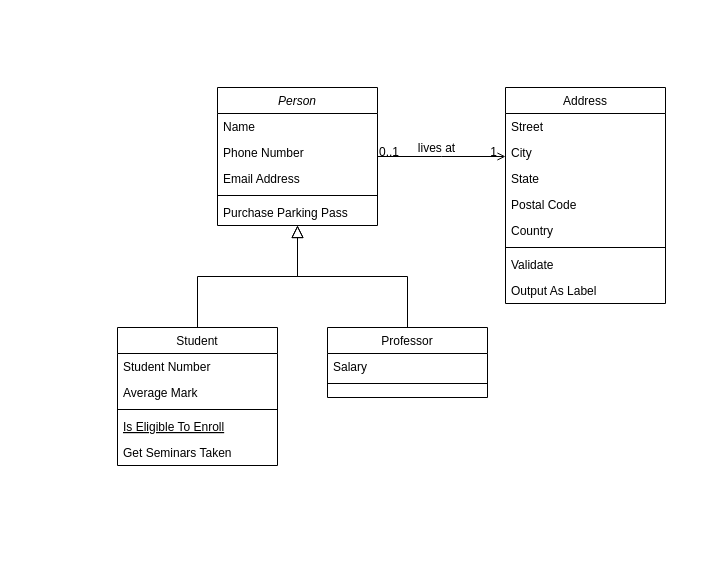
Karczel/Fight keeps this draw.io diagram as Fight Class Diagram.drawio. Above is the earlier version. Source tidied: cells renumbered, new cells numbered last; positions are measured from the earlier drawing's top-left corner, leaving out a move shared by most shapes. Both pictures are drawn from the tidied source at 100%, with x=0, y=0 at pixel (117, 87).
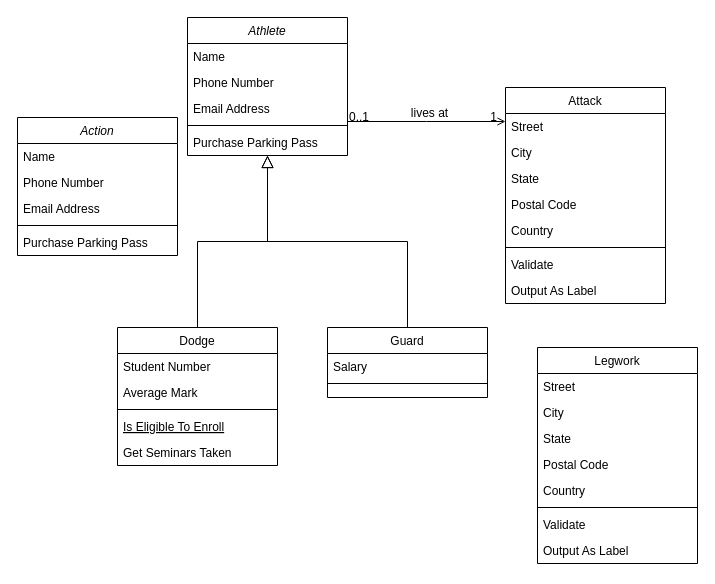
The same page after the edit.

The edit, as a diff of the source:
```diff
@@
-    <mxCell id="2" value="Person" style="swimlane;fontStyle=2;align=center;verticalAlign=top;horizontal=1;startSize=26;rounded=0;shadow=0;strokeWidth=1;" parent="1" vertex="1">
-      <mxGeometry x="100" width="160" height="138" as="geometry" />
+    <mxCell id="2" value="Athlete" style="swimlane;fontStyle=2;align=center;verticalAlign=top;horizontal=1;startSize=26;rounded=0;shadow=0;strokeWidth=1;" parent="1" vertex="1">
+      <mxGeometry x="70" y="-70" width="160" height="138" as="geometry" />
     </mxCell>
@@
-    <mxCell id="8" value="Student" style="swimlane;fontStyle=0;align=center;verticalAlign=top;horizontal=1;startSize=26;rounded=0;shadow=0;strokeWidth=1;" parent="1" vertex="1">
+    <mxCell id="8" value="Dodge" style="swimlane;fontStyle=0;align=center;verticalAlign=top;horizontal=1;startSize=26;rounded=0;shadow=0;strokeWidth=1;" parent="1" vertex="1">
       <mxGeometry y="240" width="160" height="138" as="geometry" />
     </mxCell>
@@
-    <mxCell id="15" value="Professor" style="swimlane;fontStyle=0;align=center;verticalAlign=top;horizontal=1;startSize=26;rounded=0;shadow=0;strokeWidth=1;" parent="1" vertex="1">
+    <mxCell id="15" value="Guard" style="swimlane;fontStyle=0;align=center;verticalAlign=top;horizontal=1;startSize=26;rounded=0;shadow=0;strokeWidth=1;" parent="1" vertex="1">
       <mxGeometry x="210" y="240" width="160" height="70" as="geometry" />
     </mxCell>
@@
-    <mxCell id="19" value="Address" style="swimlane;fontStyle=0;align=center;verticalAlign=top;horizontal=1;startSize=26;rounded=0;shadow=0;strokeWidth=1;" parent="1" vertex="1">
+    <mxCell id="19" value="Attack" style="swimlane;fontStyle=0;align=center;verticalAlign=top;horizontal=1;startSize=26;rounded=0;shadow=0;strokeWidth=1;" parent="1" vertex="1">
       <mxGeometry x="388" width="160" height="216" as="geometry" />
     </mxCell>
@@
+    <mxCell id="32" value="Action" style="swimlane;fontStyle=2;align=center;verticalAlign=top;horizontal=1;startSize=26;rounded=0;shadow=0;strokeWidth=1;" parent="1" vertex="1">
+      <mxGeometry x="-100" y="30" width="160" height="138" as="geometry" />
+    </mxCell>
+    <mxCell id="33" value="Name" style="text;align=left;verticalAlign=top;spacingLeft=4;spacingRight=4;overflow=hidden;" parent="32" vertex="1">
+      <mxGeometry y="26" width="160" height="26" as="geometry" />
+    </mxCell>
+    <mxCell id="34" value="Phone Number" style="text;align=left;verticalAlign=top;spacingLeft=4;spacingRight=4;overflow=hidden;rounded=0;shadow=0;html=0;" parent="32" vertex="1">
+      <mxGeometry y="52" width="160" height="26" as="geometry" />
+    </mxCell>
+    <mxCell id="35" value="Email Address" style="text;align=left;verticalAlign=top;spacingLeft=4;spacingRight=4;overflow=hidden;rounded=0;shadow=0;html=0;" parent="32" vertex="1">
+      <mxGeometry y="78" width="160" height="26" as="geometry" />
+    </mxCell>
+    <mxCell id="36" style="line;html=1;strokeWidth=1;align=left;verticalAlign=middle;spacingTop=-1;spacingLeft=3;spacingRight=3;labelPosition=right;" parent="32" vertex="1">
+      <mxGeometry y="104" width="160" height="8" as="geometry" />
+    </mxCell>
+    <mxCell id="37" value="Purchase Parking Pass" style="text;align=left;verticalAlign=top;spacingLeft=4;spacingRight=4;overflow=hidden;" parent="32" vertex="1">
+      <mxGeometry y="112" width="160" height="26" as="geometry" />
+    </mxCell>
+    <mxCell id="38" value="Legwork" style="swimlane;fontStyle=0;align=center;verticalAlign=top;horizontal=1;startSize=26;rounded=0;shadow=0;strokeWidth=1;" parent="1" vertex="1">
+      <mxGeometry x="420" y="260" width="160" height="216" as="geometry" />
+    </mxCell>
+    <mxCell id="39" value="Street" style="text;align=left;verticalAlign=top;spacingLeft=4;spacingRight=4;overflow=hidden;" parent="38" vertex="1">
+      <mxGeometry y="26" width="160" height="26" as="geometry" />
+    </mxCell>
+    <mxCell id="40" value="City" style="text;align=left;verticalAlign=top;spacingLeft=4;spacingRight=4;overflow=hidden;rounded=0;shadow=0;html=0;" parent="38" vertex="1">
+      <mxGeometry y="52" width="160" height="26" as="geometry" />
+    </mxCell>
+    <mxCell id="41" value="State" style="text;align=left;verticalAlign=top;spacingLeft=4;spacingRight=4;overflow=hidden;rounded=0;shadow=0;html=0;" parent="38" vertex="1">
+      <mxGeometry y="78" width="160" height="26" as="geometry" />
+    </mxCell>
+    <mxCell id="42" value="Postal Code" style="text;align=left;verticalAlign=top;spacingLeft=4;spacingRight=4;overflow=hidden;rounded=0;shadow=0;html=0;" parent="38" vertex="1">
+      <mxGeometry y="104" width="160" height="26" as="geometry" />
+    </mxCell>
+    <mxCell id="43" value="Country" style="text;align=left;verticalAlign=top;spacingLeft=4;spacingRight=4;overflow=hidden;rounded=0;shadow=0;html=0;" parent="38" vertex="1">
+      <mxGeometry y="130" width="160" height="26" as="geometry" />
+    </mxCell>
+    <mxCell id="44" style="line;html=1;strokeWidth=1;align=left;verticalAlign=middle;spacingTop=-1;spacingLeft=3;spacingRight=3;labelPosition=right;" parent="38" vertex="1">
+      <mxGeometry y="156" width="160" height="8" as="geometry" />
+    </mxCell>
+    <mxCell id="45" value="Validate" style="text;align=left;verticalAlign=top;spacingLeft=4;spacingRight=4;overflow=hidden;" parent="38" vertex="1">
+      <mxGeometry y="164" width="160" height="26" as="geometry" />
+    </mxCell>
+    <mxCell id="46" value="Output As Label" style="text;align=left;verticalAlign=top;spacingLeft=4;spacingRight=4;overflow=hidden;" parent="38" vertex="1">
+      <mxGeometry y="190" width="160" height="26" as="geometry" />
+    </mxCell>
```
